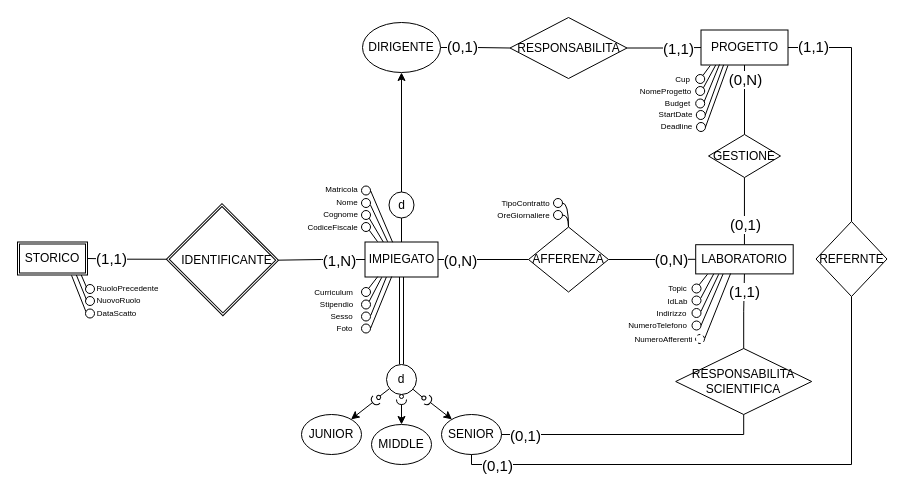
Earlier version of the draw.io diagram DIAGRAMMI E MAPPING/Concettuale/CONCETTUALE E:R .drawio (terrecruis/Progetto-Azienda). Source tidied: cells renumbered, new cells numbered last; positions are measured from the earlier drawing's top-left corner, leaving out a move shared by most shapes. Both pictures are drawn from the tidied source at 100%, with x=0, y=0 at pixel (17, 17).
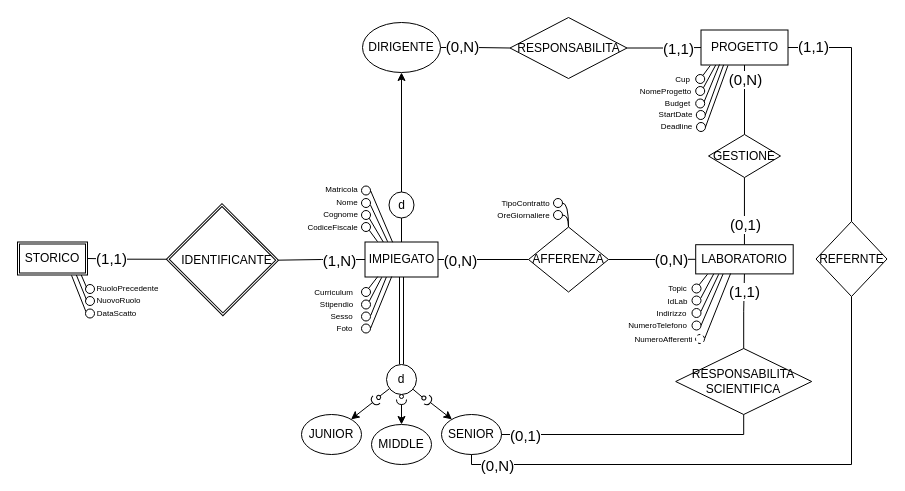
After the change.

Unchanged cells that the change refers to:
```xml
<mxCell id="33" style="edgeStyle=orthogonalEdgeStyle;jettySize=auto;html=1;endArrow=none;endFill=0;rounded=0;labelBackgroundColor=none;fontColor=default;" parent="1" edge="1" source="35" target="38">
  <mxGeometry relative="1" as="geometry" />
</mxCell>
<mxCell id="40" style="endArrow=none;html=1;exitX=0.5;exitY=1;exitDx=0;exitDy=0;entryX=0.5;entryY=1;entryDx=0;entryDy=0;edgeStyle=orthogonalEdgeStyle;rounded=0;labelBackgroundColor=none;fontColor=default;" parent="1" edge="1" source="14" target="39">
  <mxGeometry relative="1" as="geometry" />
</mxCell>
```

Change to the diagram source:
```diff
@@
-    <mxCell id="34" value="(0,1)" style="edgeLabel;html=1;align=center;verticalAlign=middle;fontSize=15;" parent="33" vertex="1">
+    <mxCell id="34" value="(0,N)" style="edgeLabel;html=1;align=center;verticalAlign=middle;fontSize=15;" parent="33" vertex="1">
       <mxGeometry x="-0.79" y="2" relative="1" as="geometry">
         <mxPoint x="14" as="offset" />
       </mxGeometry>
     </mxCell>
@@
-    <mxCell id="41" value="(0,1)" style="edgeLabel;html=1;align=center;verticalAlign=middle;fontSize=15;" parent="40" vertex="1">
+    <mxCell id="41" value="(0,N)" style="edgeLabel;html=1;align=center;verticalAlign=middle;fontSize=15;" parent="40" vertex="1">
       <mxGeometry x="-0.9" y="1" relative="1" as="geometry">
         <mxPoint x="7" y="1" as="offset" />
       </mxGeometry>
     </mxCell>
```
